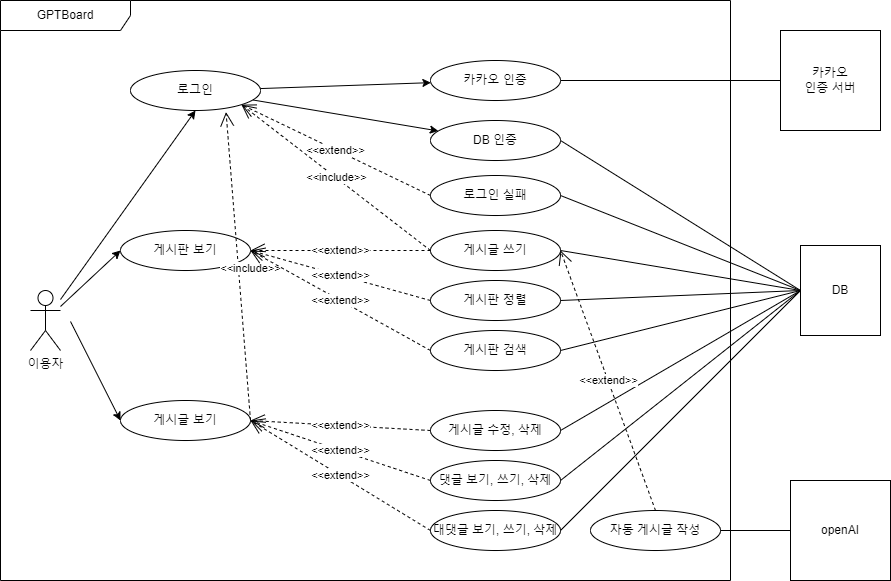
The draw.io diagram document/use-case.png in HanKwanJin/GPTBoard, before a commit. Source tidied: cells renumbered, new cells last; positions are measured from the earlier drawing's top-left corner, leaving out a move shared by most shapes.
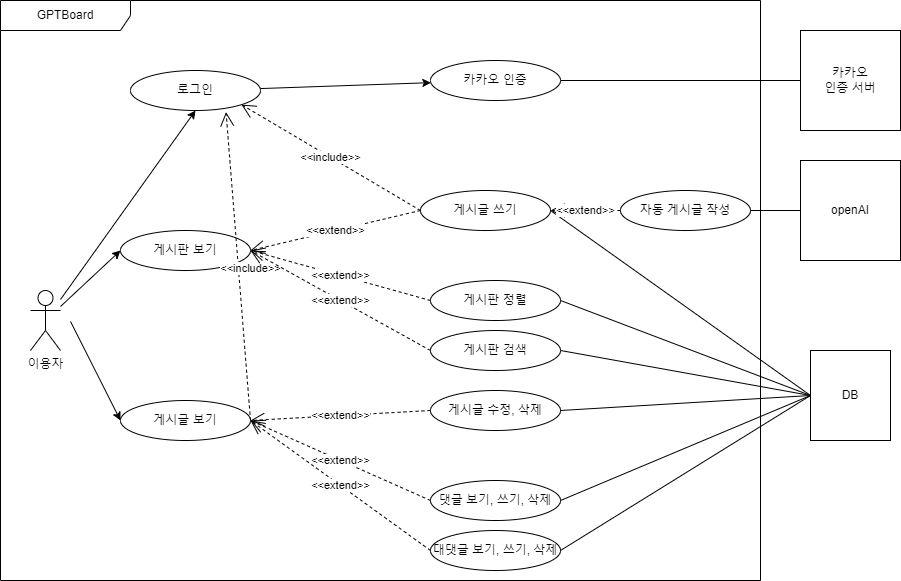
Above is the later version.

Commit message:
일반 로그인 삭제

Change to the diagram source:
```diff
@@ -3,7 +3,7 @@
     <mxCell id="0" />
     <mxCell id="1" parent="0" />
     <mxCell id="2" value="GPTBoard" style="shape=umlFrame;whiteSpace=wrap;html=1;width=130;height=30;" parent="1" vertex="1">
-      <mxGeometry width="730" height="580" as="geometry" />
+      <mxGeometry width="760" height="580" as="geometry" />
     </mxCell>
     <mxCell id="3" style="jettySize=auto;html=1;entryX=0.5;entryY=1;entryDx=0;entryDy=0;" parent="1" edge="1" source="4" target="7">
       <mxGeometry relative="1" as="geometry" />
@@ -14,9 +14,6 @@
     <mxCell id="5" style="jettySize=auto;html=1;" parent="1" edge="1" source="7" target="9">
       <mxGeometry relative="1" as="geometry" />
     </mxCell>
-    <mxCell id="6" style="jettySize=auto;html=1;" parent="1" edge="1" source="7" target="12">
-      <mxGeometry relative="1" as="geometry" />
-    </mxCell>
     <mxCell id="7" value="로그인" style="ellipse;whiteSpace=wrap;html=1;" parent="1" vertex="1">
       <mxGeometry x="130" y="70" width="130" height="40" as="geometry" />
     </mxCell>
@@ -27,26 +24,14 @@
       <mxGeometry x="430" y="60" width="130" height="40" as="geometry" />
     </mxCell>
     <mxCell id="10" value="카카오&lt;br&gt;인증 서버" style="whiteSpace=wrap;html=1;" parent="1" vertex="1">
-      <mxGeometry x="780" y="30" width="100" height="100" as="geometry" />
+      <mxGeometry x="800" y="30" width="100" height="100" as="geometry" />
     </mxCell>
-    <mxCell id="11" style="jettySize=auto;html=1;endArrow=none;endFill=0;exitX=1;exitY=0.5;exitDx=0;exitDy=0;entryX=0;entryY=0.5;entryDx=0;entryDy=0;" parent="1" edge="1" source="12" target="13">
-      <mxGeometry relative="1" as="geometry" />
-    </mxCell>
-    <mxCell id="12" value="DB 인증" style="ellipse;whiteSpace=wrap;html=1;" parent="1" vertex="1">
-      <mxGeometry x="430" y="120" width="130" height="40" as="geometry" />
-    </mxCell>
     <mxCell id="13" value="DB" style="whiteSpace=wrap;html=1;" parent="1" vertex="1">
-      <mxGeometry x="800" y="245" width="80" height="90" as="geometry" />
+      <mxGeometry x="810" y="350" width="80" height="90" as="geometry" />
     </mxCell>
     <mxCell id="14" value="자동 게시글 작성" style="ellipse;whiteSpace=wrap;html=1;" parent="1" vertex="1">
-      <mxGeometry x="590" y="510" width="130" height="40" as="geometry" />
+      <mxGeometry x="620" y="190" width="130" height="40" as="geometry" />
     </mxCell>
-    <mxCell id="15" value="로그인 실패" style="ellipse;whiteSpace=wrap;html=1;" parent="1" vertex="1">
-      <mxGeometry x="430" y="175" width="130" height="40" as="geometry" />
-    </mxCell>
-    <mxCell id="16" value="&amp;lt;&amp;lt;extend&amp;gt;&amp;gt;" style="endArrow=open;endSize=12;dashed=1;html=1;rounded=0;entryX=1;entryY=1;entryDx=0;entryDy=0;exitX=0;exitY=0.5;exitDx=0;exitDy=0;" parent="1" edge="1" source="15" target="7">
-      <mxGeometry relative="1" as="geometry" />
-    </mxCell>
     <mxCell id="17" value="게시판 보기" style="ellipse;whiteSpace=wrap;html=1;" parent="1" vertex="1">
       <mxGeometry x="120" y="230" width="130" height="40" as="geometry" />
     </mxCell>
@@ -54,7 +39,7 @@
       <mxGeometry x="120" y="400" width="130" height="40" as="geometry" />
     </mxCell>
     <mxCell id="19" value="게시글 쓰기" style="ellipse;whiteSpace=wrap;html=1;" parent="1" vertex="1">
-      <mxGeometry x="430" y="230" width="130" height="40" as="geometry" />
+      <mxGeometry x="420" y="190" width="130" height="40" as="geometry" />
     </mxCell>
     <mxCell id="20" value="게시판 정렬" style="ellipse;whiteSpace=wrap;html=1;" parent="1" vertex="1">
       <mxGeometry x="430" y="280" width="130" height="40" as="geometry" />
@@ -87,9 +72,6 @@
     <mxCell id="28" value="&amp;lt;&amp;lt;extend&amp;gt;&amp;gt;" style="endArrow=open;endSize=12;dashed=1;html=1;rounded=0;exitX=0;exitY=0.5;exitDx=0;exitDy=0;entryX=1;entryY=0.5;entryDx=0;entryDy=0;" parent="1" edge="1" source="27" target="17">
       <mxGeometry relative="1" as="geometry" />
     </mxCell>
-    <mxCell id="29" style="jettySize=auto;html=1;endArrow=none;endFill=0;exitX=1;exitY=0.5;exitDx=0;exitDy=0;entryX=0;entryY=0.5;entryDx=0;entryDy=0;" parent="1" edge="1" source="15" target="13">
-      <mxGeometry relative="1" as="geometry" />
-    </mxCell>
     <mxCell id="30" style="jettySize=auto;html=1;endArrow=none;endFill=0;exitX=1;exitY=0.5;exitDx=0;exitDy=0;entryX=0;entryY=0.5;entryDx=0;entryDy=0;" parent="1" edge="1" source="19" target="13">
       <mxGeometry relative="1" as="geometry" />
     </mxCell>
@@ -100,19 +82,19 @@
       <mxGeometry relative="1" as="geometry" />
     </mxCell>
     <mxCell id="33" value="게시글 수정, 삭제" style="ellipse;whiteSpace=wrap;html=1;" parent="1" vertex="1">
-      <mxGeometry x="430" y="410" width="130" height="40" as="geometry" />
+      <mxGeometry x="430" y="390" width="130" height="40" as="geometry" />
     </mxCell>
     <mxCell id="34" value="&amp;lt;&amp;lt;extend&amp;gt;&amp;gt;" style="endArrow=open;endSize=12;dashed=1;html=1;rounded=0;exitX=0;exitY=0.5;exitDx=0;exitDy=0;entryX=1;entryY=0.5;entryDx=0;entryDy=0;" parent="1" edge="1" source="33" target="18">
       <mxGeometry relative="1" as="geometry" />
     </mxCell>
     <mxCell id="35" value="댓글 보기, 쓰기, 삭제" style="ellipse;whiteSpace=wrap;html=1;" parent="1" vertex="1">
-      <mxGeometry x="430" y="460" width="130" height="40" as="geometry" />
+      <mxGeometry x="430" y="480" width="130" height="40" as="geometry" />
     </mxCell>
     <mxCell id="36" value="&amp;lt;&amp;lt;extend&amp;gt;&amp;gt;" style="endArrow=open;endSize=12;dashed=1;html=1;rounded=0;exitX=0;exitY=0.5;exitDx=0;exitDy=0;entryX=1;entryY=0.5;entryDx=0;entryDy=0;" parent="1" edge="1" source="35" target="18">
       <mxGeometry relative="1" as="geometry" />
     </mxCell>
     <mxCell id="37" value="대댓글 보기, 쓰기, 삭제" style="ellipse;whiteSpace=wrap;html=1;" parent="1" vertex="1">
-      <mxGeometry x="430" y="510" width="130" height="40" as="geometry" />
+      <mxGeometry x="430" y="530" width="130" height="40" as="geometry" />
     </mxCell>
     <mxCell id="38" value="&amp;lt;&amp;lt;extend&amp;gt;&amp;gt;" style="endArrow=open;endSize=12;dashed=1;html=1;rounded=0;exitX=0;exitY=0.5;exitDx=0;exitDy=0;entryX=1;entryY=0.5;entryDx=0;entryDy=0;" parent="1" edge="1" source="37" target="18">
       <mxGeometry relative="1" as="geometry" />
@@ -126,11 +108,11 @@
     <mxCell id="41" style="jettySize=auto;html=1;endArrow=none;endFill=0;exitX=1;exitY=0.5;exitDx=0;exitDy=0;entryX=0;entryY=0.5;entryDx=0;entryDy=0;" parent="1" edge="1" source="37" target="13">
       <mxGeometry relative="1" as="geometry" />
     </mxCell>
-    <mxCell id="42" value="&amp;lt;&amp;lt;extend&amp;gt;&amp;gt;" style="endArrow=open;endSize=12;dashed=1;html=1;rounded=0;entryX=1;entryY=0.5;entryDx=0;entryDy=0;exitX=0.5;exitY=0;exitDx=0;exitDy=0;" parent="1" edge="1" source="14" target="19">
+    <mxCell id="42" value="&amp;lt;&amp;lt;extend&amp;gt;&amp;gt;" style="endArrow=open;endSize=12;dashed=1;html=1;rounded=0;entryX=1;entryY=0.5;entryDx=0;entryDy=0;exitX=0;exitY=0.5;exitDx=0;exitDy=0;" parent="1" edge="1" source="14" target="19">
       <mxGeometry relative="1" as="geometry" />
     </mxCell>
     <mxCell id="43" value="openAI" style="whiteSpace=wrap;html=1;" parent="1" vertex="1">
-      <mxGeometry x="790" y="480" width="100" height="100" as="geometry" />
+      <mxGeometry x="800" y="160" width="100" height="100" as="geometry" />
     </mxCell>
     <mxCell id="44" style="jettySize=auto;html=1;endArrow=none;endFill=0;exitX=1;exitY=0.5;exitDx=0;exitDy=0;entryX=0;entryY=0.5;entryDx=0;entryDy=0;" parent="1" edge="1" source="14" target="43">
       <mxGeometry relative="1" as="geometry" />
```
